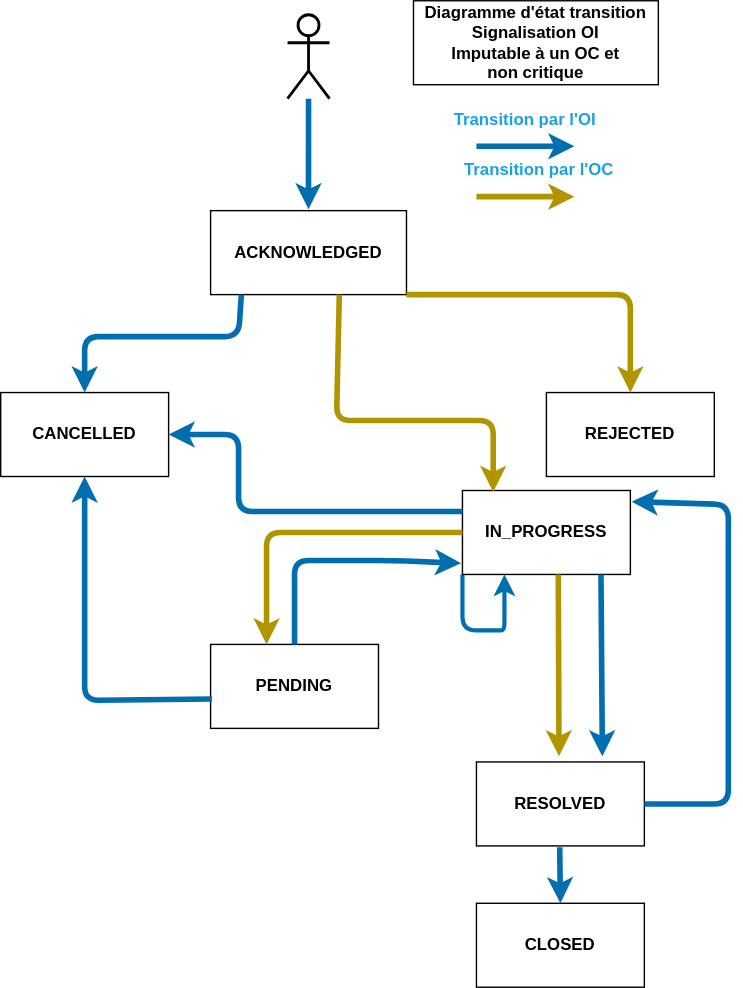
Above: statusOiOcImput.drawio.svg in before-interop/malfacon (draw.io), before the change. Source tidied: cells renumbered, new cells last; positions are measured from the earlier drawing's top-left corner, leaving out a move shared by most shapes.
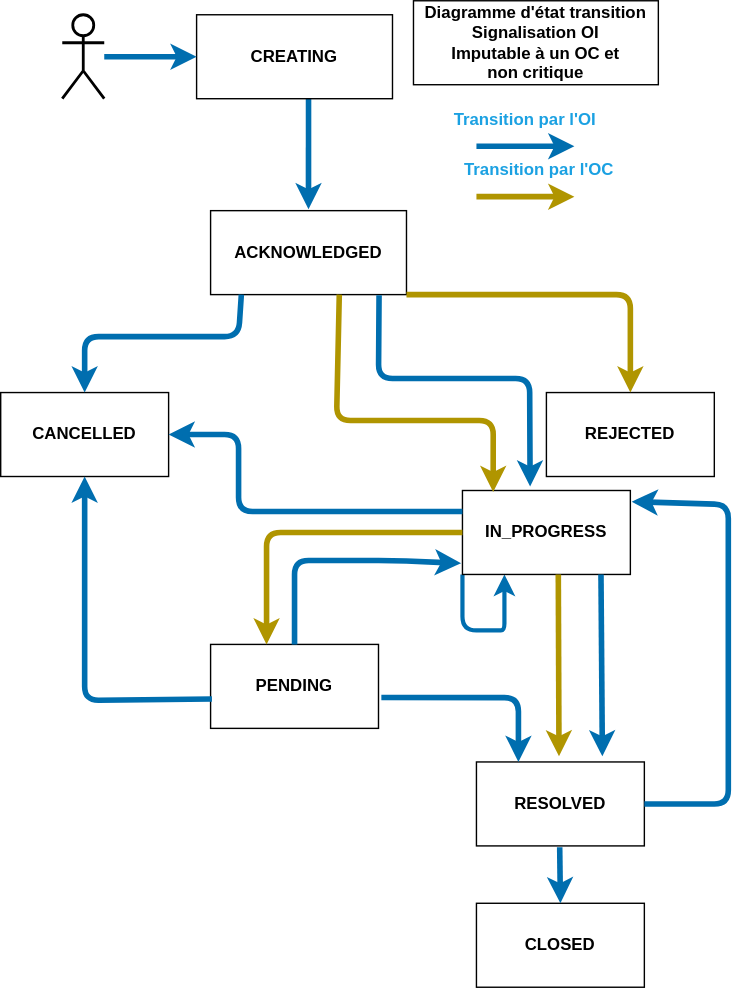
The same diagram one commit later.

Change to the diagram source:
```diff
@@ -28,7 +28,7 @@
       <mxGeometry x="340" y="645" width="120" height="60" as="geometry" />
     </mxCell>
     <mxCell id="8" style="shape=umlActor;verticalLabelPosition=bottom;verticalAlign=top;html=1;outlineConnect=0;fontColor=#1BA1E2;fontStyle=0;strokeWidth=2;" parent="1" vertex="1">
-      <mxGeometry x="205" y="10" width="30" height="60" as="geometry" />
+      <mxGeometry x="44" y="10" width="30" height="60" as="geometry" />
     </mxCell>
     <mxCell id="9" style="edgeStyle=none;html=1;entryX=0.183;entryY=0.017;entryDx=0;entryDy=0;fillColor=#e3c800;strokeColor=#B09500;strokeWidth=4;exitX=0.657;exitY=1;exitDx=0;exitDy=0;entryPerimeter=0;exitPerimeter=0;" parent="1" edge="1" source="2" target="4">
       <mxGeometry relative="1" as="geometry">
@@ -90,6 +90,7 @@
       <mxGeometry relative="1" as="geometry">
         <Array as="points">
           <mxPoint x="170" y="240" />
+          <mxPoint x="140" y="240" />
           <mxPoint x="120" y="240" />
           <mxPoint x="60" y="240" />
         </Array>
@@ -150,5 +151,26 @@
         </Array>
       </mxGeometry>
     </mxCell>
+    <mxCell id="28" value="&lt;b&gt;CREATING&lt;/b&gt;" style="rounded=0;whiteSpace=wrap;html=1;" parent="1" vertex="1">
+      <mxGeometry x="140" y="10" width="140" height="60" as="geometry" />
+    </mxCell>
+    <mxCell id="29" style="endArrow=classic;html=1;strokeWidth=4;fillColor=#1ba1e2;strokeColor=#006EAF;entryX=0;entryY=0.5;entryDx=0;entryDy=0;" parent="1" edge="1" source="8" target="28">
+      <mxGeometry relative="1" as="geometry" />
+    </mxCell>
+    <mxCell id="30" style="edgeStyle=none;html=1;fillColor=#1ba1e2;strokeColor=#006EAF;strokeWidth=4;exitX=1.017;exitY=0.633;exitDx=0;exitDy=0;entryX=0.25;entryY=0;entryDx=0;entryDy=0;exitPerimeter=0;" parent="1" edge="1" source="5" target="6">
+      <mxGeometry relative="1" as="geometry">
+        <Array as="points">
+          <mxPoint x="370" y="498" />
+        </Array>
+      </mxGeometry>
+    </mxCell>
+    <mxCell id="31" style="endArrow=classic;html=1;strokeWidth=4;fillColor=#1ba1e2;strokeColor=#006EAF;exitX=0.86;exitY=1.007;exitDx=0;exitDy=0;exitPerimeter=0;entryX=0.403;entryY=-0.047;entryDx=0;entryDy=0;entryPerimeter=0;" parent="1" edge="1" source="2" target="4">
+      <mxGeometry relative="1" as="geometry">
+        <Array as="points">
+          <mxPoint x="270" y="270" />
+          <mxPoint x="378" y="270" />
+        </Array>
+      </mxGeometry>
+    </mxCell>
   </root>
 </mxGraphModel>
```
